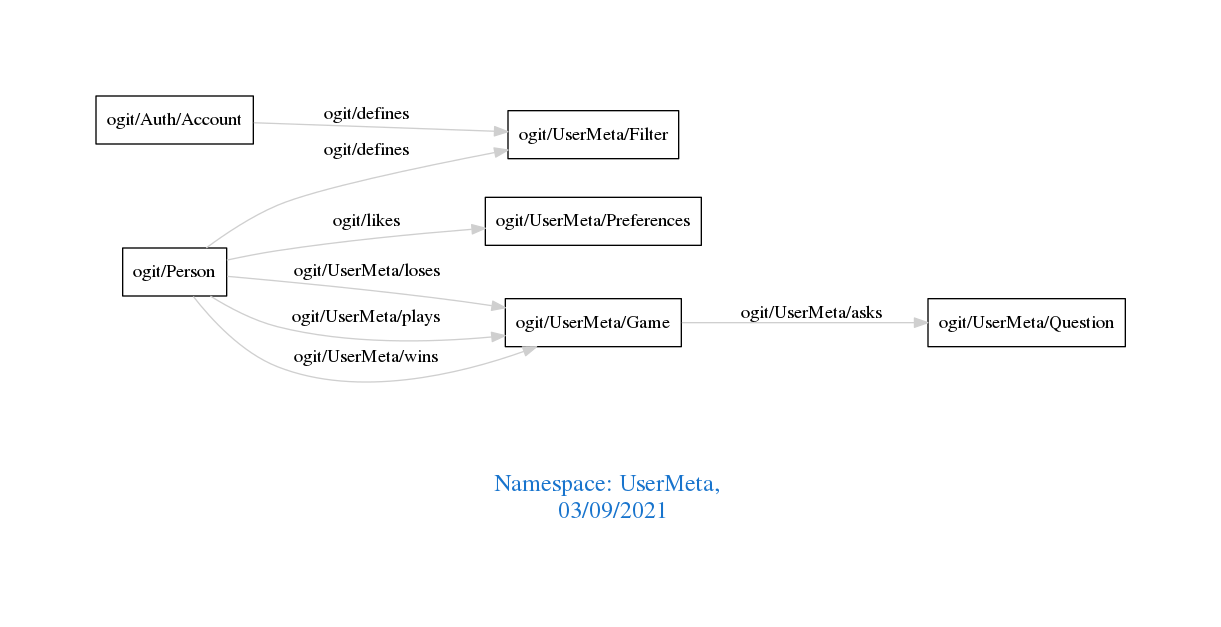
Before: downloads/UserMeta.png, a diagram exported from Graphviz (arago/OGIT). Its source is kept beside it as downloads/UserMeta.dot.
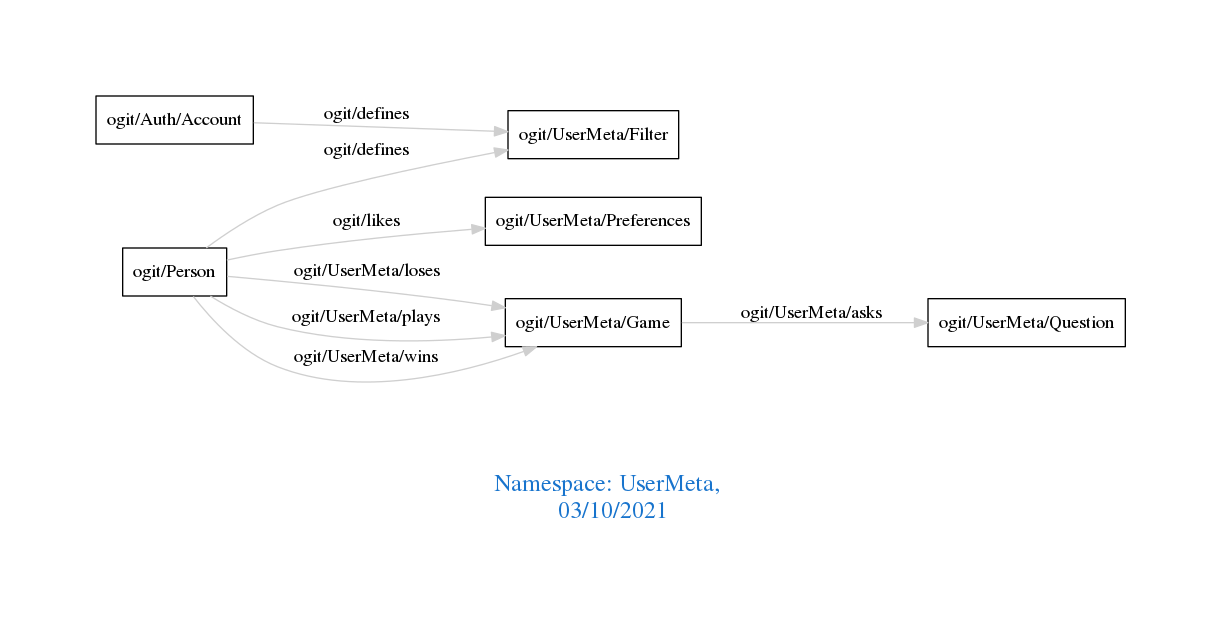
The same diagram one commit later.

The edit, as a diff of the source:
```diff
@@ -1,7 +1,7 @@
 digraph OGIT_ontology {
  graph [ rankdir= LR,pad=1
 fontsize = 18,
-fontcolor= dodgerblue3,label = "\n\n\nNamespace: UserMeta, \n 03/09/2021"];
+fontcolor= dodgerblue3,label = "\n\n\nNamespace: UserMeta, \n 03/10/2021"];
 node[shape=polygon];
 edge [  color="gray81"];
 
```
